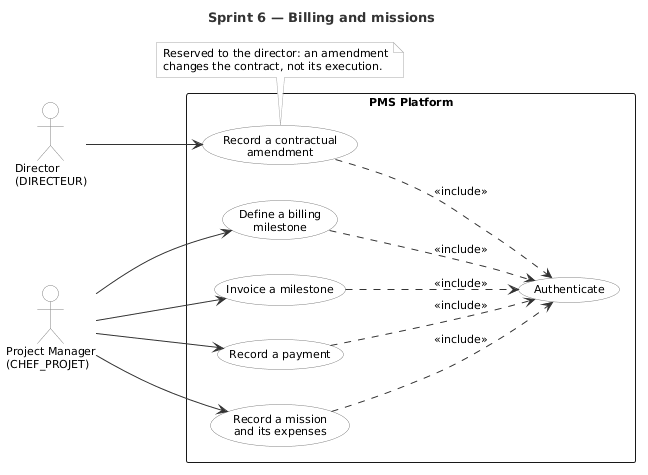
Earlier version of the PlantUML export docs/uml/sprint/uc_sprint6.png (mazenrakrouki/tekup-pms-platform). Its diagram source:
```plantuml
@startuml uc_sprint6
title Sprint 6 — Billing and missions

left to right direction

skinparam shadowing false
skinparam packageStyle rectangle
skinparam defaultFontName Helvetica
skinparam defaultFontSize 11
skinparam actorBorderColor #808080
skinparam actorBackgroundColor #FFFFFF
skinparam usecaseBorderColor #808080
skinparam usecaseBackgroundColor #FFFFFF
skinparam ArrowColor #333333
skinparam noteBorderColor #AAAAAA
skinparam noteBackgroundColor #FAFAFA
skinparam TitleFontSize 13
skinparam TitleFontColor #333333

actor "Director\n(DIRECTEUR)"          as Dir
actor "Project Manager\n(CHEF_PROJET)" as PM

rectangle "PMS Platform" {
  usecase "Define a billing\nmilestone" as UC1
  usecase "Invoice a milestone" as UC2
  usecase "Record a payment" as UC3
  usecase "Record a contractual\namendment" as UC4
  usecase "Record a mission\nand its expenses" as UC5
  usecase "Authenticate" as UC0
}

PM --> UC1
PM --> UC2
PM --> UC3
PM --> UC5
Dir --> UC4
UC1 ..> UC0 : <<include>>
UC2 ..> UC0 : <<include>>
UC3 ..> UC0 : <<include>>
UC4 ..> UC0 : <<include>>
UC5 ..> UC0 : <<include>>

note bottom of UC4
  Reserved to the director: an amendment
  changes the contract, not its execution.
end note

@enduml
```
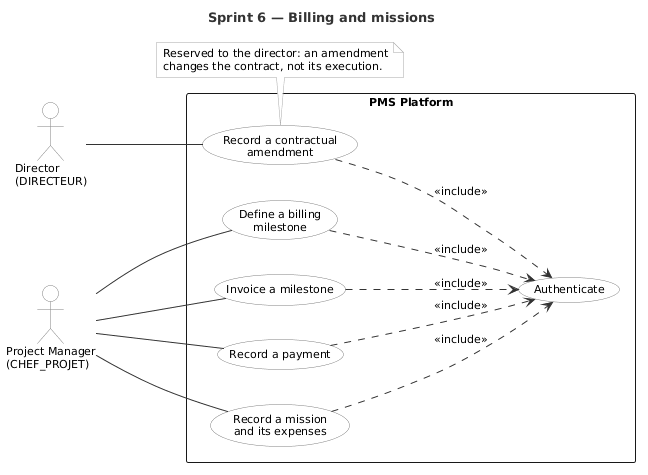
Above is the later version.

Diff of the diagram source:
```diff
@@ -29,11 +29,11 @@
   usecase "Authenticate" as UC0
 }
 
-PM --> UC1
-PM --> UC2
-PM --> UC3
-PM --> UC5
-Dir --> UC4
+PM -- UC1
+PM -- UC2
+PM -- UC3
+PM -- UC5
+Dir -- UC4
 UC1 ..> UC0 : <<include>>
 UC2 ..> UC0 : <<include>>
 UC3 ..> UC0 : <<include>>
```
